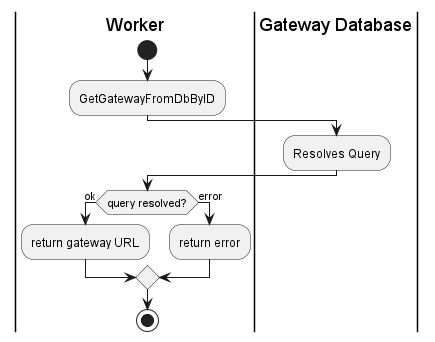
The PlantUML diagram Designs/Images/Activity Diagrams/GetGatewayActivity.png in CameronWard301/communication_scheduler, before a commit. The source it was exported from:
```plantuml
@startuml GetGatewayActivity;
|Worker|

start

:GetGatewayFromDbByID;

|Gateway Database|
:Resolves Query;

|Worker|
if (query resolved?) is (ok) then
:return gateway URL;
else (error)
:return error;
endif

stop
@enduml
```
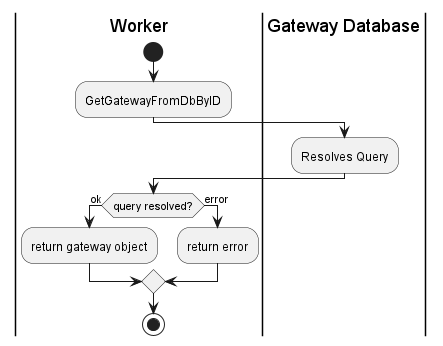
After the commit.

What changed in the source:
```diff
@@ -10,7 +10,7 @@
 
 |Worker|
 if (query resolved?) is (ok) then
-:return gateway URL;
+:return gateway object;
 else (error)
 :return error;
 endif
```
